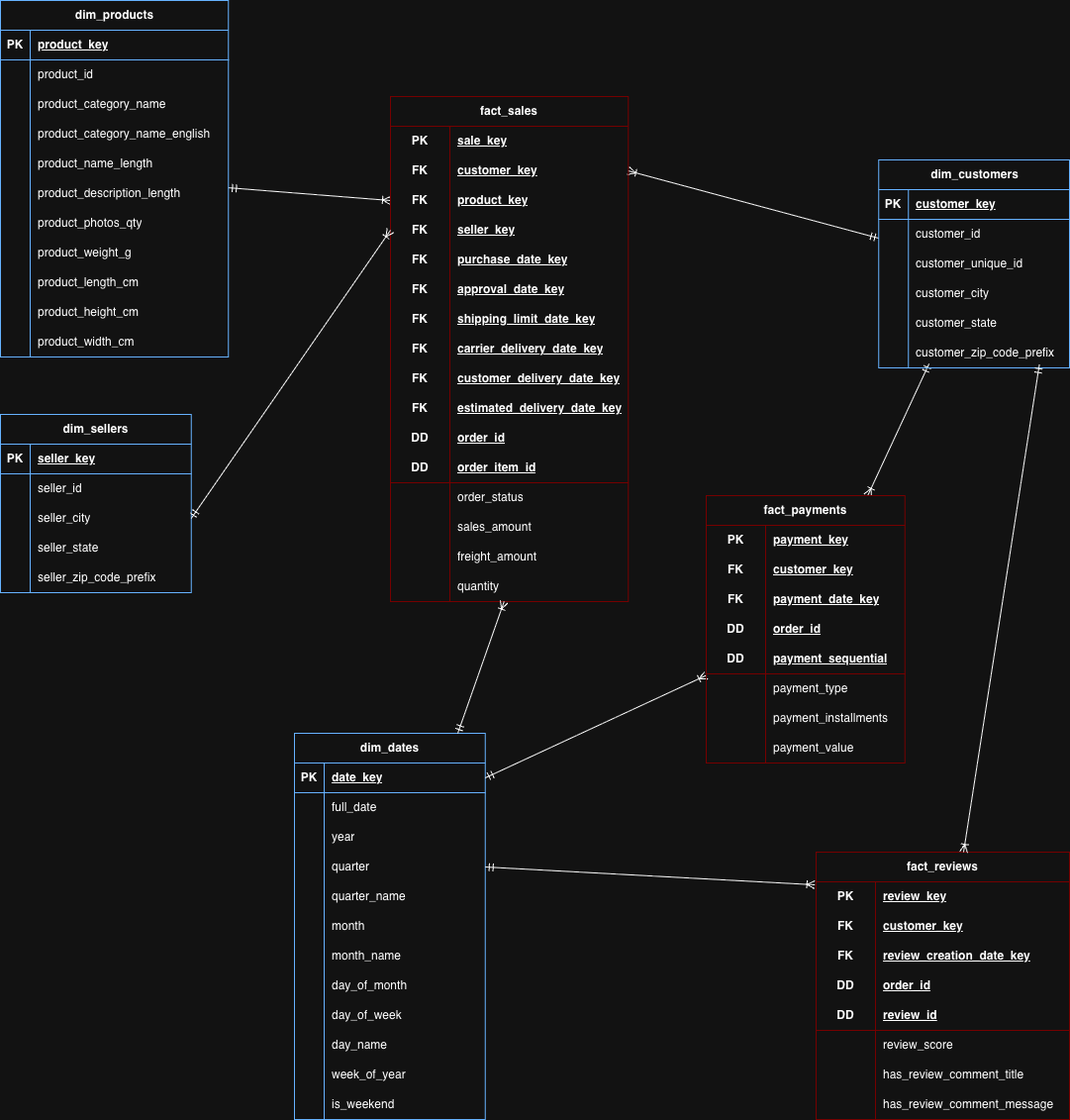
The draw.io diagram diagrams/gold-layer-dimensional-model.png in aatmaneoulmouden/olist-data-warehouse, before a commit. Source tidied: cells renumbered, new cells last; positions are measured from the earlier drawing's top-left corner, leaving out a move shared by most shapes.
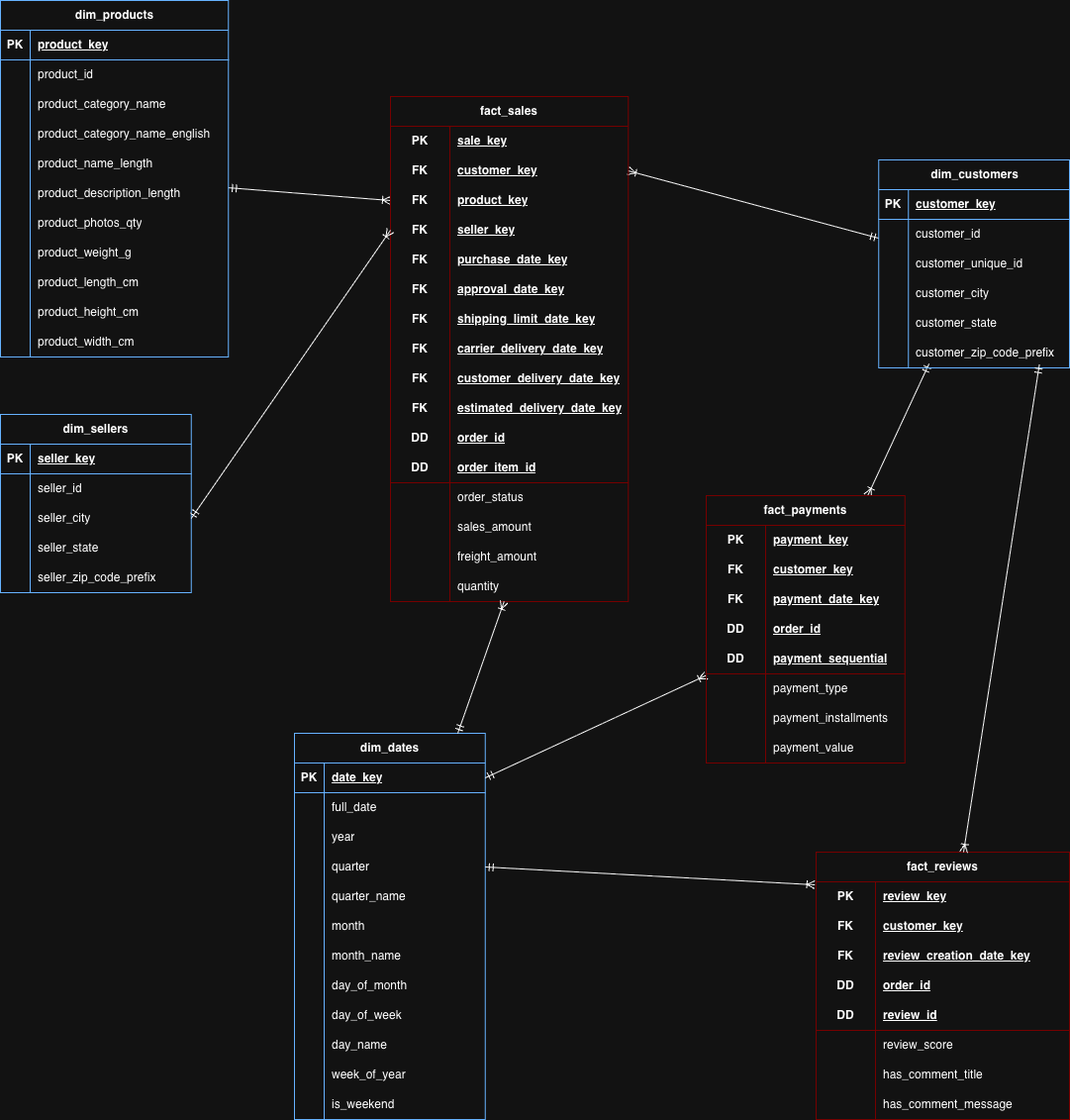
After the commit.

Commit message:
docs(gold): update review comment indicators documentation

Change to the diagram source:
```diff
@@ -617,7 +617,7 @@
     <mxCell id="206" style="shape=partialRectangle;fillColor=none;top=0;left=0;bottom=0;right=0;overflow=hidden;html=1;whiteSpace=wrap;strokeColor=light-dark(#000000,#750000);" parent="205" vertex="1">
       <mxGeometry width="60" height="30" as="geometry" />
     </mxCell>
-    <mxCell id="207" value="has_review_comment_title" style="shape=partialRectangle;fillColor=none;top=0;left=0;bottom=0;right=0;align=left;spacingLeft=6;overflow=hidden;html=1;whiteSpace=wrap;strokeColor=light-dark(#000000,#750000);" parent="205" vertex="1">
+    <mxCell id="207" value="has_comment_title" style="shape=partialRectangle;fillColor=none;top=0;left=0;bottom=0;right=0;align=left;spacingLeft=6;overflow=hidden;html=1;whiteSpace=wrap;strokeColor=light-dark(#000000,#750000);" parent="205" vertex="1">
       <mxGeometry x="60" width="196" height="30" as="geometry" />
     </mxCell>
     <mxCell id="208" style="shape=tableRow;horizontal=0;startSize=0;swimlaneHead=0;swimlaneBody=0;fillColor=none;top=0;left=0;right=0;bottom=0;html=1;strokeColor=light-dark(#000000,#750000);" parent="186" vertex="1">
@@ -626,7 +626,7 @@
     <mxCell id="209" style="shape=partialRectangle;fillColor=none;top=0;left=0;bottom=0;right=0;overflow=hidden;html=1;whiteSpace=wrap;strokeColor=light-dark(#000000,#750000);" parent="208" vertex="1">
       <mxGeometry width="60" height="30" as="geometry" />
     </mxCell>
-    <mxCell id="210" value="has_review_comment_message" style="shape=partialRectangle;fillColor=none;top=0;left=0;bottom=0;right=0;align=left;spacingLeft=6;overflow=hidden;html=1;whiteSpace=wrap;strokeColor=light-dark(#000000,#750000);" parent="208" vertex="1">
+    <mxCell id="210" value="has_comment_message" style="shape=partialRectangle;fillColor=none;top=0;left=0;bottom=0;right=0;align=left;spacingLeft=6;overflow=hidden;html=1;whiteSpace=wrap;strokeColor=light-dark(#000000,#750000);" parent="208" vertex="1">
       <mxGeometry x="60" width="196" height="30" as="geometry" />
     </mxCell>
     <mxCell id="211" style="rounded=0;jettySize=auto;html=1;entryX=0;entryY=0.5;entryDx=0;entryDy=0;endArrow=ERoneToMany;endFill=0;exitX=1;exitY=0.5;exitDx=0;exitDy=0;startArrow=ERmandOne;startFill=0;" parent="1" edge="1" source="65" target="121">
```
